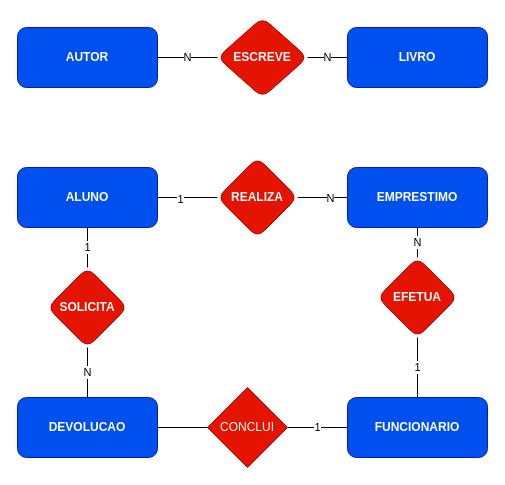
The draw.io diagram aulas/02/biblioteca-conceitual.drawio in LuisgrbDev/Bancos-Dados-Senac, before the edit. Source tidied: cells renumbered, new cells numbered last; positions are measured from the earlier drawing's top-left corner, leaving out a move shared by most shapes. Both pictures are drawn from the tidied source at 100%, with x=0, y=0 at pixel (17, 17).
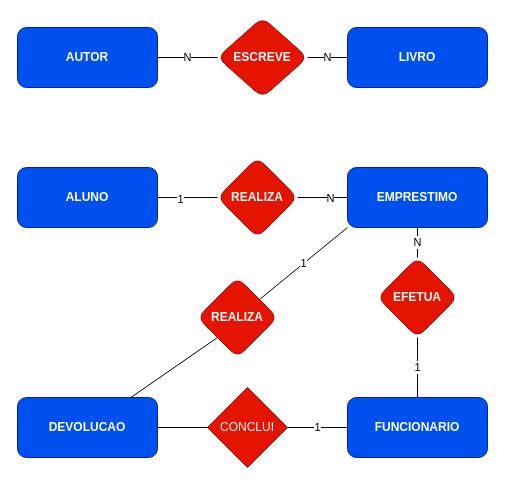
The same diagram, later.

Commit message (it also covers changes not shown here):
alterações dos diagramas

The change refers to these unchanged cells:
```xml
<mxCell id="8" value="&lt;span&gt;EMPRESTIMO&lt;/span&gt;" style="rounded=1;whiteSpace=wrap;html=1;fillColor=#0050ef;strokeColor=#001DBC;fontColor=#ffffff;fontStyle=1;" parent="1" vertex="1">
  <mxGeometry x="330" y="150" width="140" height="60" as="geometry" />
</mxCell>
<mxCell id="11" value="&lt;span&gt;ALUNO&lt;/span&gt;" style="rounded=1;whiteSpace=wrap;html=1;fillColor=#0050ef;strokeColor=#001DBC;fontColor=#ffffff;fontStyle=1;" parent="1" vertex="1">
  <mxGeometry y="150" width="140" height="60" as="geometry" />
</mxCell>
<mxCell id="12" value="&lt;span&gt;DEVOLUCAO&lt;/span&gt;" style="rounded=1;whiteSpace=wrap;html=1;fillColor=#0050ef;strokeColor=#001DBC;fontColor=#ffffff;fontStyle=1;" parent="1" vertex="1">
  <mxGeometry y="380" width="140" height="60" as="geometry" />
</mxCell>
```

Diff of the diagram source:
```diff
@@
+    <mxCell id="22" value="1" style="edgeStyle=none;html=1;entryX=0;entryY=1;entryDx=0;entryDy=0;endArrow=none;endFill=0;startArrow=none;" parent="1" edge="1" source="26" target="8">
+      <mxGeometry relative="1" as="geometry" />
+    </mxCell>
@@
-    <mxCell id="22" value="1" style="edgeStyle=none;html=1;entryX=0.5;entryY=1;entryDx=0;entryDy=0;endArrow=none;endFill=0;" parent="1" edge="1" source="24" target="11">
-      <mxGeometry relative="1" as="geometry" />
-    </mxCell>
-    <mxCell id="23" value="N" style="edgeStyle=none;html=1;entryX=0.5;entryY=0;entryDx=0;entryDy=0;endArrow=none;endFill=0;" parent="1" edge="1" source="24" target="12">
-      <mxGeometry relative="1" as="geometry" />
-    </mxCell>
-    <mxCell id="24" value="SOLICITA" style="rhombus;whiteSpace=wrap;html=1;fillColor=#e51400;strokeColor=#B20000;fontColor=#ffffff;rounded=1;fontStyle=1;" parent="1" vertex="1">
-      <mxGeometry x="30" y="250" width="80" height="80" as="geometry" />
-    </mxCell>
+    <mxCell id="25" style="edgeStyle=none;html=1;entryX=0;entryY=1;entryDx=0;entryDy=0;endArrow=none;endFill=0;" parent="1" edge="1" source="12" target="26">
+      <mxGeometry relative="1" as="geometry" />
+    </mxCell>
+    <mxCell id="26" value="REALIZA" style="rhombus;whiteSpace=wrap;html=1;fillColor=#e51400;strokeColor=#B20000;fontColor=#ffffff;rounded=1;fontStyle=1;" parent="1" vertex="1">
+      <mxGeometry x="180" y="260" width="80" height="80" as="geometry" />
+    </mxCell>
```
